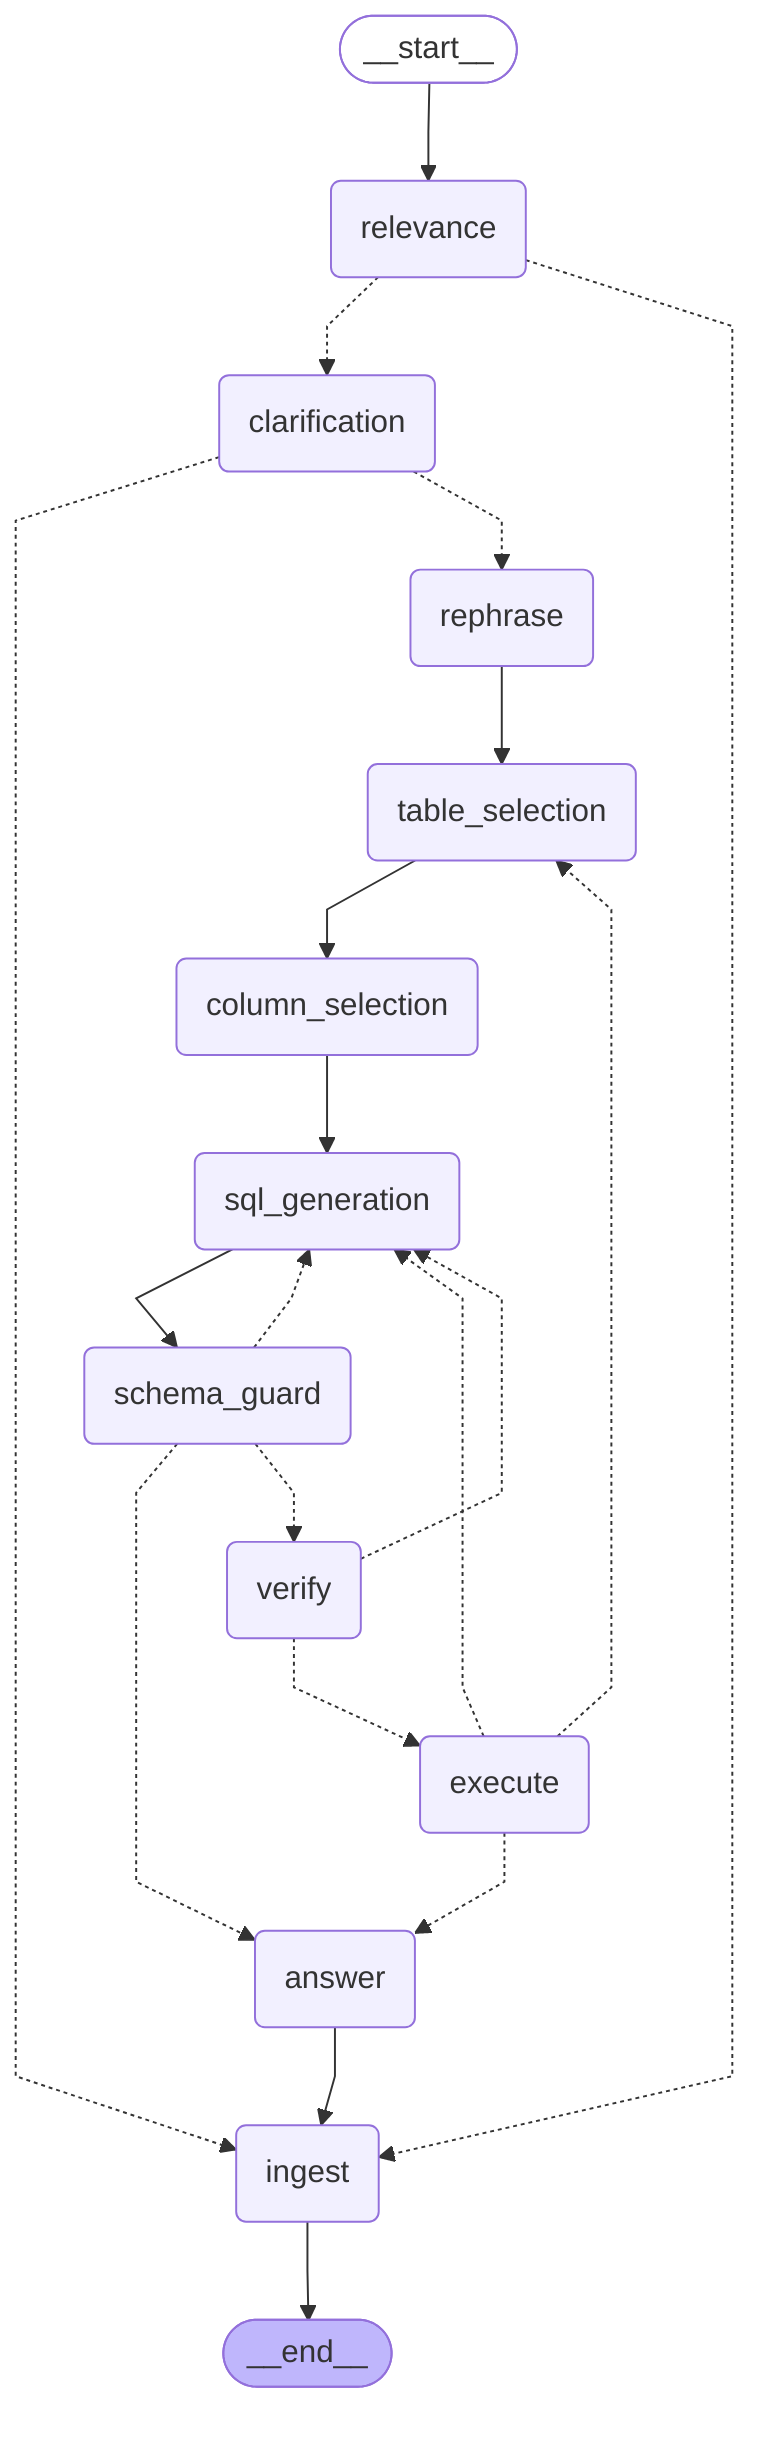
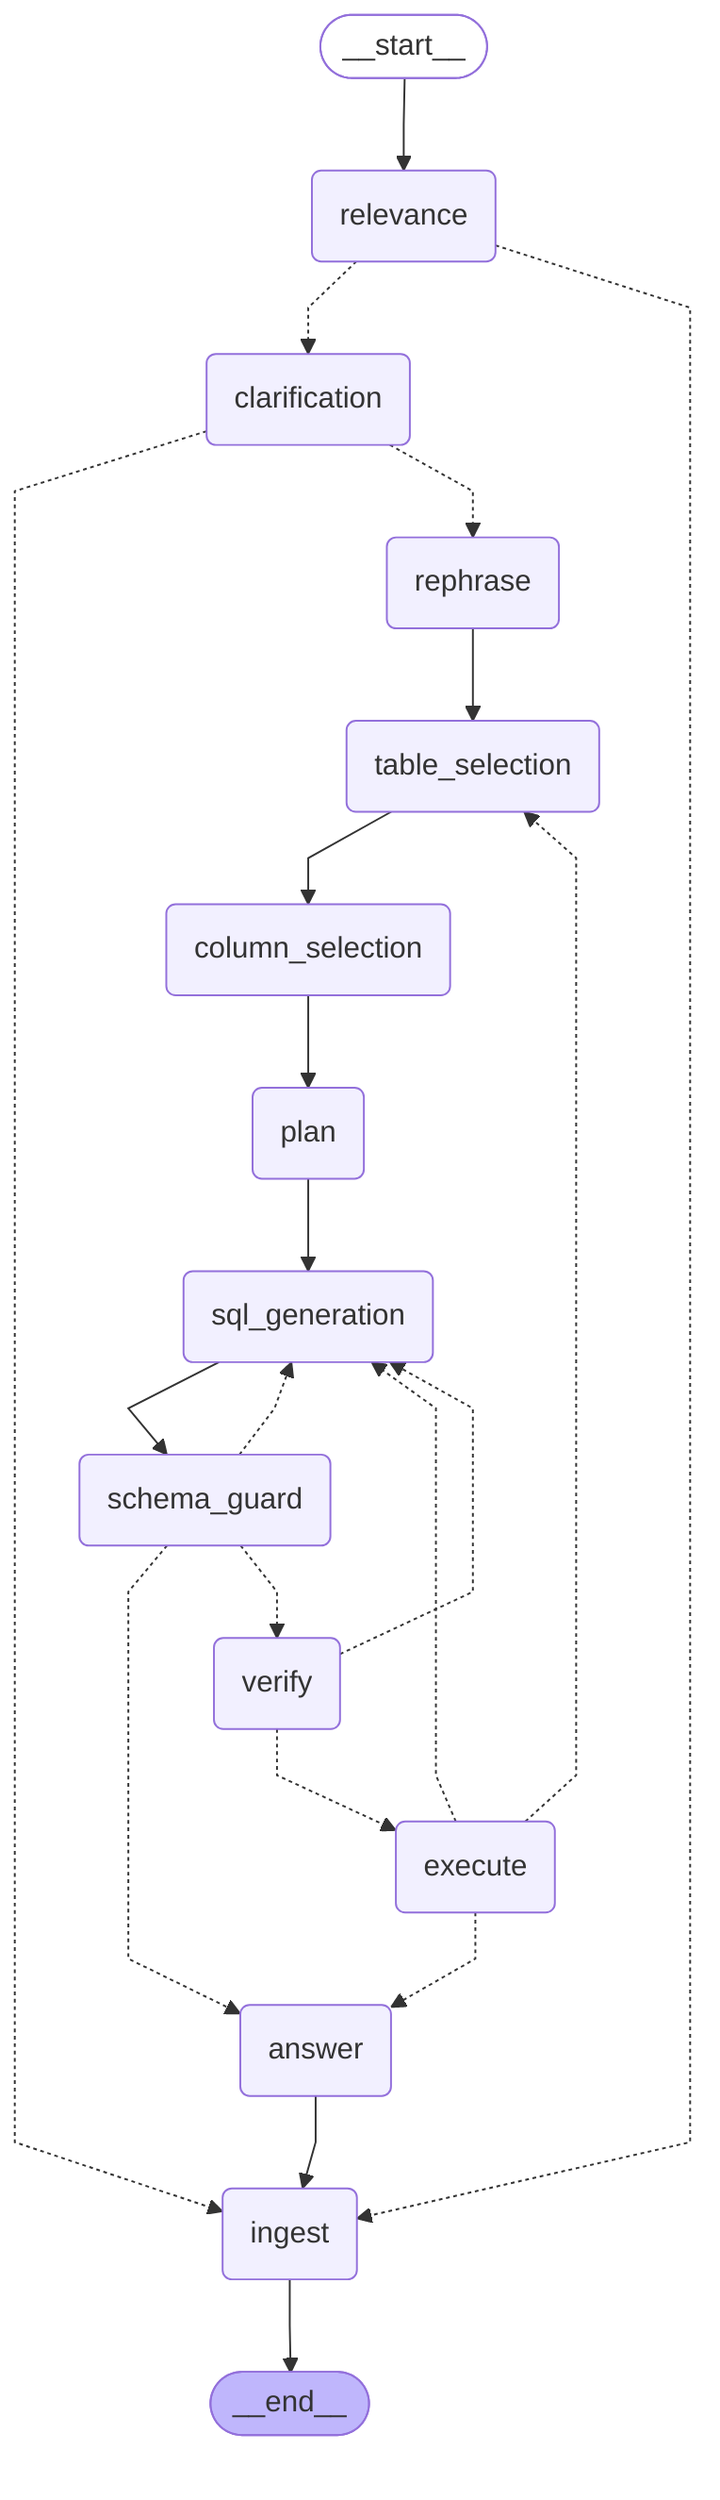
---
config:
  flowchart:
    curve: linear
---
graph TD;
	__start__([<p>__start__</p>]):::first
	relevance(relevance)
	clarification(clarification)
	rephrase(rephrase)
	table_selection(table_selection)
	column_selection(column_selection)
	sql_generation(sql_generation)
	schema_guard(schema_guard)
	verify(verify)
	execute(execute)
	answer(answer)
	ingest(ingest)
+ 	plan(plan)
	__end__([<p>__end__</p>]):::last
	__start__ --> relevance;
	answer --> ingest;
	clarification -.-> ingest;
	clarification -.-> rephrase;
- 	column_selection --> sql_generation;
+ 	column_selection --> plan;
	execute -.-> answer;
	execute -.-> sql_generation;
	execute -.-> table_selection;
+ 	plan --> sql_generation;
	relevance -.-> clarification;
	relevance -.-> ingest;
	rephrase --> table_selection;
	schema_guard -.-> answer;
	schema_guard -.-> sql_generation;
	schema_guard -.-> verify;
	sql_generation --> schema_guard;
	table_selection --> column_selection;
	verify -.-> execute;
	verify -.-> sql_generation;
	ingest --> __end__;
	classDef default fill:#f2f0ff,line-height:1.2
	classDef first fill-opacity:0
	classDef last fill:#bfb6fc
